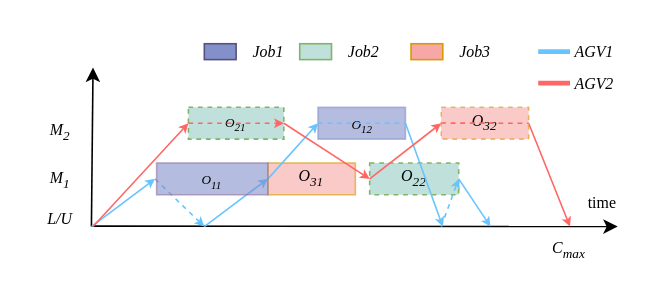
Before: madr2.drawio in aslongaslihappy/algorithm, a draw.io diagram. Source tidied: cells renumbered, new cells numbered last; positions are measured from the earlier drawing's top-left corner, leaving out a move shared by most shapes. Both pictures are drawn from the tidied source at 159%, with x=0, y=0 at pixel (27, 27).
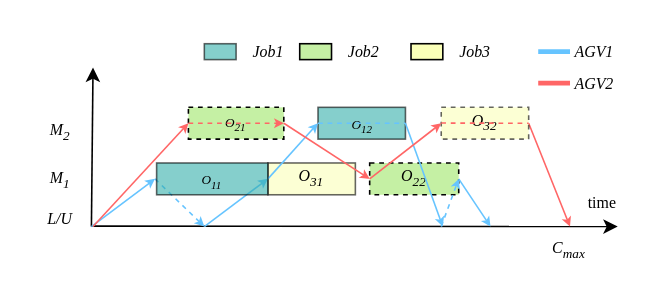
Above is the later version.

The edit, as a diff of the source:
```diff
@@
-    <mxCell id="7" value="&lt;span style=&quot;font-size: 8.33333px;&quot;&gt;O&lt;sub&gt;21&lt;/sub&gt;&lt;/span&gt;" style="rounded=0;whiteSpace=wrap;html=1;fontSize=10;fontStyle=2;fontFamily=Times New Roman;fillColor=#C0E0DB;strokeColor=#82b366;dashed=1;" parent="1" vertex="1">
+    <mxCell id="7" value="&lt;span style=&quot;font-size: 8.33333px;&quot;&gt;O&lt;sub&gt;21&lt;/sub&gt;&lt;/span&gt;" style="rounded=0;whiteSpace=wrap;html=1;fontSize=10;fontStyle=2;fontFamily=Times New Roman;fillColor=#C5F0A4;strokeColor=default;dashed=1;" parent="1" vertex="1">
       <mxGeometry x="101" y="50" width="60" height="20" as="geometry" />
     </mxCell>
-    <mxCell id="8" value="&lt;sub&gt;&lt;span&gt;O&lt;sub&gt;12&lt;/sub&gt;&lt;/span&gt;&lt;/sub&gt;" style="rounded=0;whiteSpace=wrap;html=1;fontSize=10;fontFamily=Times New Roman;fontStyle=2;fillColor=#8390CA;strokeColor=#8390CA;opacity=60;" parent="1" vertex="1">
+    <mxCell id="8" value="&lt;sub&gt;&lt;span&gt;O&lt;sub&gt;12&lt;/sub&gt;&lt;/span&gt;&lt;/sub&gt;" style="rounded=0;whiteSpace=wrap;html=1;fontSize=10;fontFamily=Times New Roman;fontStyle=2;fillColor=#35B0AB;strokeColor=default;opacity=60;" parent="1" vertex="1">
       <mxGeometry x="182.5" y="50" width="55" height="20" as="geometry" />
     </mxCell>
-    <mxCell id="9" value="&lt;font&gt;O&lt;sub&gt;31&lt;/sub&gt;&lt;/font&gt;" style="rounded=0;whiteSpace=wrap;html=1;fontFamily=Times New Roman;fillColor=#F7A7A6;strokeColor=#d79b00;fontStyle=2;fontSize=10;opacity=60;" parent="1" vertex="1">
+    <mxCell id="9" value="&lt;font&gt;O&lt;sub&gt;31&lt;/sub&gt;&lt;/font&gt;" style="rounded=0;whiteSpace=wrap;html=1;fontFamily=Times New Roman;fillColor=#FAFFB8;strokeColor=default;fontStyle=2;fontSize=10;opacity=60;" parent="1" vertex="1">
       <mxGeometry x="151" y="85" width="55" height="20" as="geometry" />
     </mxCell>
@@
-    <mxCell id="11" style="rounded=0;whiteSpace=wrap;html=1;fontSize=10;fontFamily=Times New Roman;fontStyle=2;fillColor=#8390CA;strokeColor=#56517e;" parent="1" vertex="1">
-      <mxGeometry x="111" y="10" width="20" height="10" as="geometry" />
-    </mxCell>
-    <mxCell id="12" style="rounded=0;whiteSpace=wrap;html=1;fontSize=10;fontStyle=2;fontFamily=Times New Roman;fillColor=#C0E0DB;strokeColor=#82b366;" parent="1" vertex="1">
+    <mxCell id="12" style="rounded=0;whiteSpace=wrap;html=1;fontSize=10;fontStyle=2;fontFamily=Times New Roman;fillColor=#C5F0A4;strokeColor=default;" parent="1" vertex="1">
       <mxGeometry x="171" y="10" width="20" height="10" as="geometry" />
     </mxCell>
-    <mxCell id="13" style="rounded=0;whiteSpace=wrap;html=1;fontFamily=Times New Roman;fillColor=#F7A7A6;strokeColor=#d79b00;" parent="1" vertex="1">
+    <mxCell id="13" style="rounded=0;whiteSpace=wrap;html=1;fontFamily=Times New Roman;fillColor=#FAFFB8;strokeColor=default;" parent="1" vertex="1">
       <mxGeometry x="241" y="10" width="20" height="10" as="geometry" />
     </mxCell>
@@
-    <mxCell id="30" value="O&lt;sub&gt;22&lt;/sub&gt;" style="rounded=0;whiteSpace=wrap;html=1;fontSize=10;fontStyle=2;fontFamily=Times New Roman;fillColor=#C0E0DB;strokeColor=#82b366;dashed=1;" parent="1" vertex="1">
+    <mxCell id="30" value="O&lt;sub&gt;22&lt;/sub&gt;" style="rounded=0;whiteSpace=wrap;html=1;fontSize=10;fontStyle=2;fontFamily=Times New Roman;fillColor=#C5F0A4;strokeColor=default;dashed=1;" parent="1" vertex="1">
       <mxGeometry x="215" y="85" width="56" height="20" as="geometry" />
     </mxCell>
@@
-    <mxCell id="35" value="&lt;sub&gt;&lt;span&gt;O&lt;sub&gt;11&lt;/sub&gt;&lt;/span&gt;&lt;/sub&gt;" style="rounded=0;whiteSpace=wrap;html=1;fontSize=10;fontFamily=Times New Roman;fontStyle=2;fillColor=#8390CA;strokeColor=#9673a6;opacity=60;" parent="1" vertex="1">
+    <mxCell id="35" value="&lt;sub&gt;&lt;span&gt;O&lt;sub&gt;11&lt;/sub&gt;&lt;/span&gt;&lt;/sub&gt;" style="rounded=0;whiteSpace=wrap;html=1;fontSize=10;fontFamily=Times New Roman;fontStyle=2;fillColor=#35B0AB;strokeColor=default;opacity=60;" parent="1" vertex="1">
       <mxGeometry x="81" y="85" width="70" height="20" as="geometry" />
     </mxCell>
-    <mxCell id="36" value="&lt;font&gt;O&lt;sub&gt;32&lt;/sub&gt;&lt;/font&gt;" style="rounded=0;whiteSpace=wrap;html=1;fontFamily=Times New Roman;fillColor=#F7A7A6;strokeColor=#d79b00;fontStyle=2;fontSize=10;opacity=60;dashed=1;fillStyle=auto;" parent="1" vertex="1">
+    <mxCell id="36" value="&lt;font&gt;O&lt;sub&gt;32&lt;/sub&gt;&lt;/font&gt;" style="rounded=0;whiteSpace=wrap;html=1;fontFamily=Times New Roman;fillColor=#FAFFB8;strokeColor=default;fontStyle=2;fontSize=10;opacity=60;dashed=1;fillStyle=auto;" parent="1" vertex="1">
       <mxGeometry x="260" y="50" width="55" height="20" as="geometry" />
     </mxCell>
@@
+    <mxCell id="39" style="rounded=0;whiteSpace=wrap;html=1;fontSize=10;fontFamily=Times New Roman;fontStyle=2;fillColor=#35B0AB;strokeColor=default;opacity=60;" parent="1" vertex="1">
+      <mxGeometry x="111" y="10" width="20" height="10" as="geometry" />
+    </mxCell>
```
